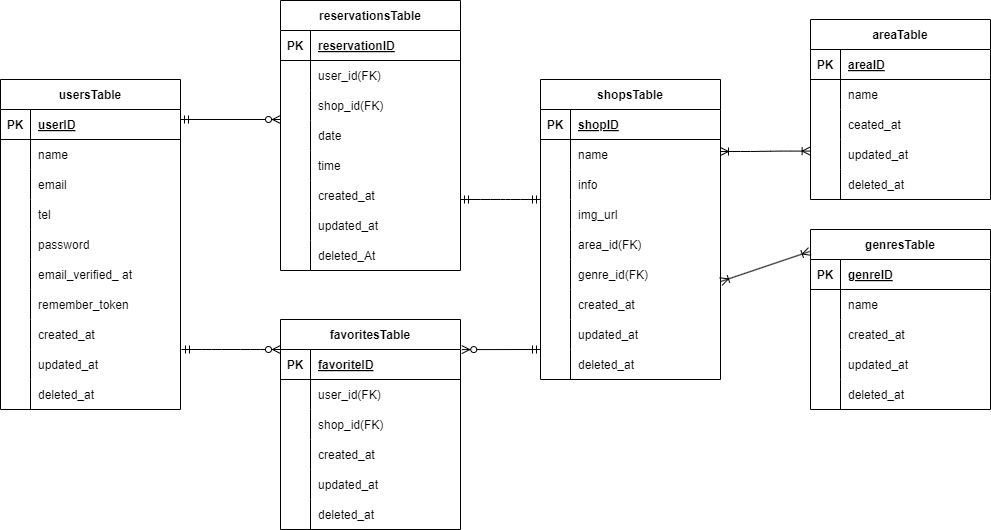
Before: docs/er.drawio.png, a diagram exported from draw.io (kozuka-yuko/Rese). Source tidied: cells renumbered, new cells last; positions are measured from the earlier drawing's top-left corner, leaving out a move shared by most shapes.
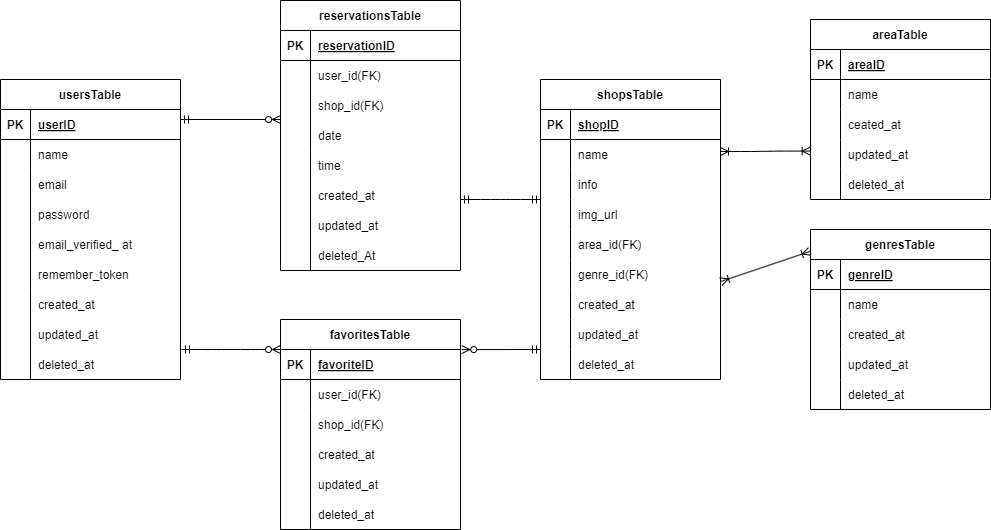
After the change.

What changed in the source:
```diff
@@ -3,7 +3,7 @@
     <mxCell id="0" />
     <mxCell id="1" parent="0" />
     <mxCell id="2" value="usersTable" style="shape=table;startSize=30;rowLines=0;fontStyle=1;align=center;" parent="1" vertex="1">
-      <mxGeometry y="79" width="180" height="330" as="geometry" />
+      <mxGeometry y="79" width="180" height="300" as="geometry" />
     </mxCell>
     <mxCell id="3" style="shape=tableRow;horizontal=0;startSize=0;swimlaneHead=0;swimlaneBody=0;fillColor=none;top=0;left=0;right=0;bottom=1;" parent="2" vertex="1">
       <mxGeometry y="30" width="180" height="30" as="geometry" />
@@ -32,17 +32,8 @@
     <mxCell id="11" value="email" style="shape=partialRectangle;fillColor=none;top=0;left=0;bottom=0;right=0;align=left;spacingLeft=6;overflow=hidden;" parent="9" vertex="1">
       <mxGeometry x="30" width="150" height="30" as="geometry" />
     </mxCell>
-    <mxCell id="12" style="shape=tableRow;horizontal=0;startSize=0;swimlaneHead=0;swimlaneBody=0;fillColor=none;top=0;left=0;right=0;bottom=0;" parent="2" vertex="1">
-      <mxGeometry y="120" width="180" height="30" as="geometry" />
-    </mxCell>
-    <mxCell id="13" style="shape=partialRectangle;fillColor=none;top=0;left=0;bottom=0;right=0;overflow=hidden;" parent="12" vertex="1">
-      <mxGeometry width="30" height="30" as="geometry" />
-    </mxCell>
-    <mxCell id="14" value="tel" style="shape=partialRectangle;fillColor=none;top=0;left=0;bottom=0;right=0;align=left;spacingLeft=6;overflow=hidden;" parent="12" vertex="1">
-      <mxGeometry x="30" width="150" height="30" as="geometry" />
-    </mxCell>
     <mxCell id="15" style="shape=tableRow;horizontal=0;startSize=0;swimlaneHead=0;swimlaneBody=0;fillColor=none;top=0;left=0;right=0;bottom=0;" parent="2" vertex="1">
-      <mxGeometry y="150" width="180" height="30" as="geometry" />
+      <mxGeometry y="120" width="180" height="30" as="geometry" />
     </mxCell>
     <mxCell id="16" style="shape=partialRectangle;fillColor=none;top=0;left=0;bottom=0;right=0;overflow=hidden;" parent="15" vertex="1">
       <mxGeometry width="30" height="30" as="geometry" />
@@ -51,7 +42,7 @@
       <mxGeometry x="30" width="150" height="30" as="geometry" />
     </mxCell>
     <mxCell id="18" style="shape=tableRow;horizontal=0;startSize=0;swimlaneHead=0;swimlaneBody=0;fillColor=none;top=0;left=0;right=0;bottom=0;" parent="2" vertex="1">
-      <mxGeometry y="180" width="180" height="30" as="geometry" />
+      <mxGeometry y="150" width="180" height="30" as="geometry" />
     </mxCell>
     <mxCell id="19" style="shape=partialRectangle;fillColor=none;top=0;left=0;bottom=0;right=0;overflow=hidden;" parent="18" vertex="1">
       <mxGeometry width="30" height="30" as="geometry" />
@@ -60,7 +51,7 @@
       <mxGeometry x="30" width="150" height="30" as="geometry" />
     </mxCell>
     <mxCell id="21" style="shape=tableRow;horizontal=0;startSize=0;swimlaneHead=0;swimlaneBody=0;fillColor=none;top=0;left=0;right=0;bottom=0;" parent="2" vertex="1">
-      <mxGeometry y="210" width="180" height="30" as="geometry" />
+      <mxGeometry y="180" width="180" height="30" as="geometry" />
     </mxCell>
     <mxCell id="22" style="shape=partialRectangle;fillColor=none;top=0;left=0;bottom=0;right=0;overflow=hidden;" parent="21" vertex="1">
       <mxGeometry width="30" height="30" as="geometry" />
@@ -69,7 +60,7 @@
       <mxGeometry x="30" width="150" height="30" as="geometry" />
     </mxCell>
     <mxCell id="24" style="shape=tableRow;horizontal=0;startSize=0;swimlaneHead=0;swimlaneBody=0;fillColor=none;top=0;left=0;right=0;bottom=0;" parent="2" vertex="1">
-      <mxGeometry y="240" width="180" height="30" as="geometry" />
+      <mxGeometry y="210" width="180" height="30" as="geometry" />
     </mxCell>
     <mxCell id="25" style="shape=partialRectangle;fillColor=none;top=0;left=0;bottom=0;right=0;overflow=hidden;" parent="24" vertex="1">
       <mxGeometry width="30" height="30" as="geometry" />
@@ -78,7 +69,7 @@
       <mxGeometry x="30" width="150" height="30" as="geometry" />
     </mxCell>
     <mxCell id="27" style="shape=tableRow;horizontal=0;startSize=0;swimlaneHead=0;swimlaneBody=0;fillColor=none;top=0;left=0;right=0;bottom=0;" parent="2" vertex="1">
-      <mxGeometry y="270" width="180" height="30" as="geometry" />
+      <mxGeometry y="240" width="180" height="30" as="geometry" />
     </mxCell>
     <mxCell id="28" style="shape=partialRectangle;fillColor=none;top=0;left=0;bottom=0;right=0;overflow=hidden;" parent="27" vertex="1">
       <mxGeometry width="30" height="30" as="geometry" />
@@ -87,7 +78,7 @@
       <mxGeometry x="30" width="150" height="30" as="geometry" />
     </mxCell>
     <mxCell id="30" style="shape=tableRow;horizontal=0;startSize=0;swimlaneHead=0;swimlaneBody=0;fillColor=none;top=0;left=0;right=0;bottom=0;" parent="2" vertex="1">
-      <mxGeometry y="300" width="180" height="30" as="geometry" />
+      <mxGeometry y="270" width="180" height="30" as="geometry" />
     </mxCell>
     <mxCell id="31" style="shape=partialRectangle;fillColor=none;top=0;left=0;bottom=0;right=0;overflow=hidden;" parent="30" vertex="1">
       <mxGeometry width="30" height="30" as="geometry" />
```
